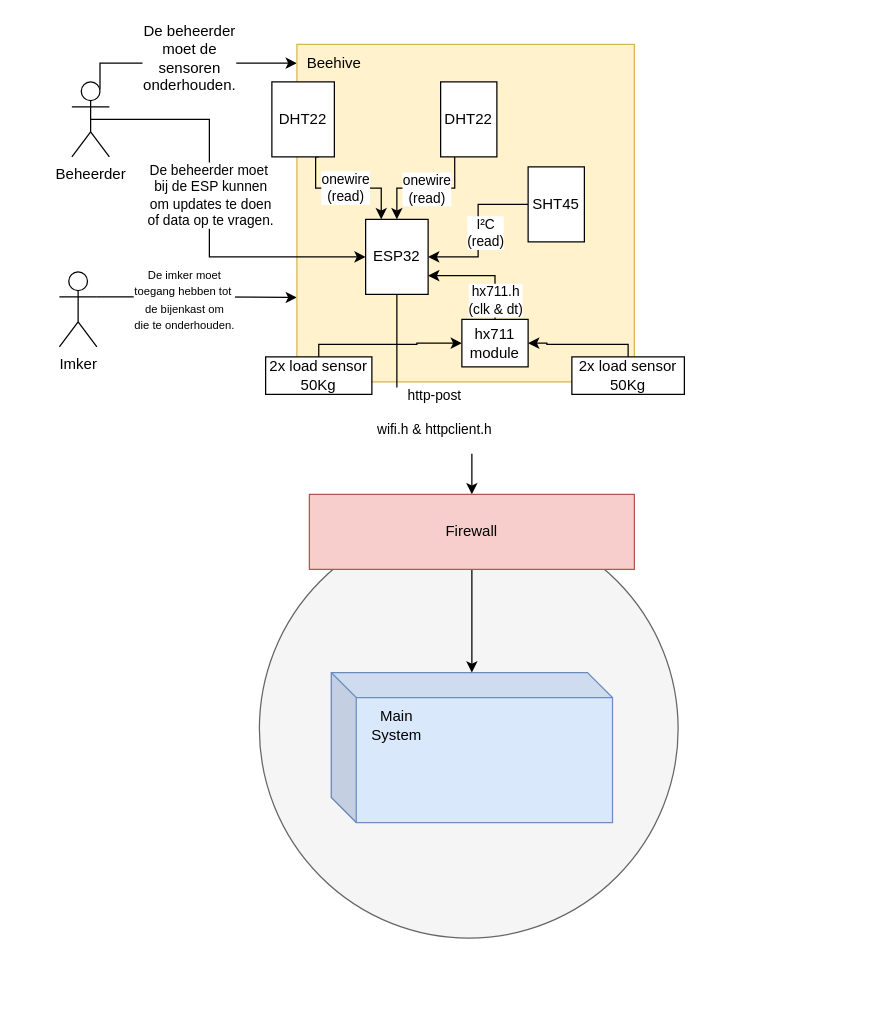
Before: Schematisch-overzicht-Bee-Sensors.drawio in CruZxPog/integratieproject-bee, a draw.io diagram. Source tidied: cells renumbered, new cells numbered last; positions are measured from the earlier drawing's top-left corner, leaving out a move shared by most shapes. Both pictures are drawn from the tidied source at 125%, with x=0, y=0 at pixel (21, 44).
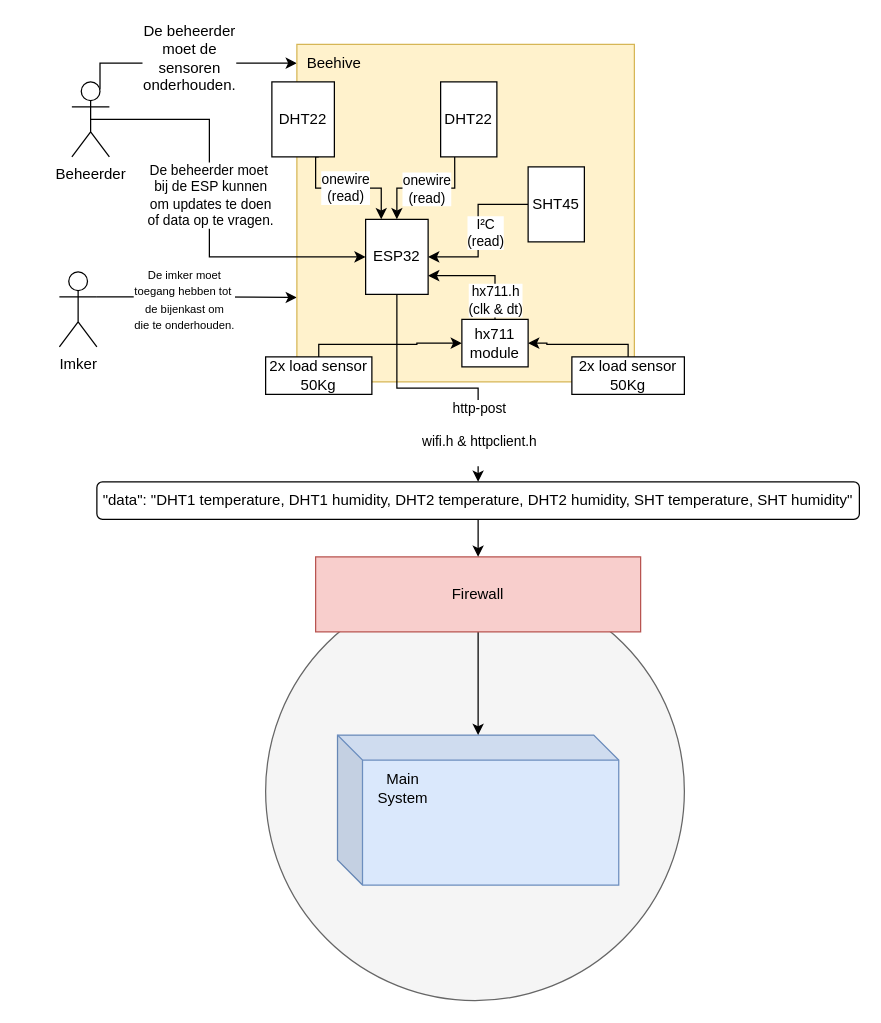
Above is the later version.

Unchanged cells that the change refers to:
```xml
<mxCell id="21" value="ESP32" style="rounded=0;whiteSpace=wrap;html=1;" parent="1" vertex="1">
  <mxGeometry x="275" y="140" width="50" height="60" as="geometry" />
</mxCell>
```

Diff of the diagram source:
```diff
@@
     <mxCell id="2" style="ellipse;whiteSpace=wrap;html=1;fillColor=#f5f5f5;fontColor=#333333;strokeColor=#666666;" parent="1" vertex="1">
-      <mxGeometry x="190" y="380" width="335" height="335" as="geometry" />
+      <mxGeometry x="195" y="430" width="335" height="335" as="geometry" />
     </mxCell>
@@
-    <mxCell id="19" style="edgeStyle=orthogonalEdgeStyle;rounded=0;jettySize=auto;html=1;exitX=0.5;exitY=1;exitDx=0;exitDy=0;entryX=0.5;entryY=0;entryDx=0;entryDy=0;" parent="1" edge="1" source="21" target="30">
-      <mxGeometry relative="1" as="geometry">
-        <Array as="points">
-          <mxPoint x="300" y="300" />
-          <mxPoint x="360" y="300" />
-        </Array>
-      </mxGeometry>
-    </mxCell>
-    <mxCell id="20" value="http-post&lt;div&gt;&lt;br&gt;&lt;div&gt;wifi.h &amp;amp; httpclient.h&lt;/div&gt;&lt;/div&gt;&lt;div&gt;&lt;br&gt;&lt;/div&gt;" style="edgeLabel;html=1;align=center;verticalAlign=middle;" parent="19" vertex="1">
-      <mxGeometry x="0.1" relative="1" as="geometry">
-        <mxPoint x="8" as="offset" />
-      </mxGeometry>
-    </mxCell>
@@
     <mxCell id="22" style="shape=cube;whiteSpace=wrap;html=1;boundedLbl=1;backgroundOutline=1;darkOpacity=0.05;darkOpacity2=0.1;fillColor=#dae8fc;strokeColor=#6c8ebf;" parent="1" vertex="1">
-      <mxGeometry x="247.5" y="502.5" width="225" height="120" as="geometry" />
+      <mxGeometry x="252.5" y="552.5" width="225" height="120" as="geometry" />
     </mxCell>
@@
     <mxCell id="28" value="Main System" style="text;html=1;align=center;verticalAlign=middle;whiteSpace=wrap;rounded=0;" parent="1" vertex="1">
-      <mxGeometry x="270" y="530" width="60" height="30" as="geometry" />
+      <mxGeometry x="275" y="580" width="60" height="30" as="geometry" />
     </mxCell>
@@
     <mxCell id="30" value="Firewall" style="rounded=0;whiteSpace=wrap;html=1;fillColor=#f8cecc;strokeColor=#b85450;" parent="1" vertex="1">
-      <mxGeometry x="230" y="360" width="260" height="60" as="geometry" />
+      <mxGeometry x="235" y="410" width="260" height="60" as="geometry" />
     </mxCell>
@@
+    <mxCell id="36" style="edgeStyle=orthogonalEdgeStyle;rounded=0;jettySize=auto;html=1;exitX=0.5;exitY=1;exitDx=0;exitDy=0;entryX=0.5;entryY=0;entryDx=0;entryDy=0;" parent="1" edge="1" source="21" target="38">
+      <mxGeometry relative="1" as="geometry" />
+    </mxCell>
+    <mxCell id="37" style="edgeStyle=orthogonalEdgeStyle;rounded=0;jettySize=auto;html=1;" parent="1" edge="1" source="38" target="30">
+      <mxGeometry relative="1" as="geometry" />
+    </mxCell>
+    <mxCell id="38" value="&quot;data&quot;: &quot;DHT1 temperature, DHT1 humidity, DHT2 temperature, DHT2 humidity, SHT temperature, SHT humidity&quot;" style="rounded=1;whiteSpace=wrap;html=1;" parent="1" vertex="1">
+      <mxGeometry x="60" y="350" width="610" height="30" as="geometry" />
+    </mxCell>
+    <mxCell id="20" value="http-post&lt;div&gt;&lt;br&gt;&lt;div&gt;wifi.h &amp;amp; httpclient.h&lt;/div&gt;&lt;/div&gt;&lt;div&gt;&lt;br&gt;&lt;/div&gt;" style="edgeLabel;html=1;align=center;verticalAlign=middle;" parent="1" vertex="1">
+      <mxGeometry x="365" y="310" as="geometry" />
+    </mxCell>
```
